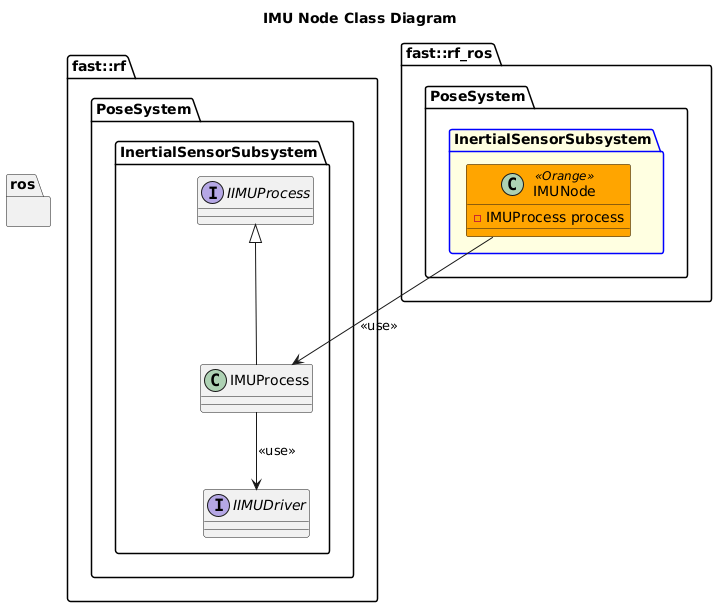
The PlantUML diagram Systems/Pose/Subsystems/InertialSensor/Nodes/IMU/doc/puml/IMUNodeClassDiagram.png in fastrobotics/robot_framework_ros, before a commit. The source it was exported from:
```plantuml
@startuml
title IMU Node Class Diagram

namespace ros {
}
namespace fast::rf {
    namespace PoseSystem {
        namespace InertialSensorSubsystem {
            interface IIMUProcess
            class IMUProcess
            IMUProcess -up-|> IIMUProcess
            interface IIMUDriver
            IMUProcess --> IIMUDriver: <<use>>
        }
    }
}
namespace fast::rf_ros {
   namespace PoseSystem {
        package InertialSensorSubsystem #LightYellow;line:blue {
            class IMUNode <<Orange>> #Orange {
                -IMUProcess process
            }
            IMUNode --> IMUProcess: <<use>>
        }
    }
}
@enduml
```
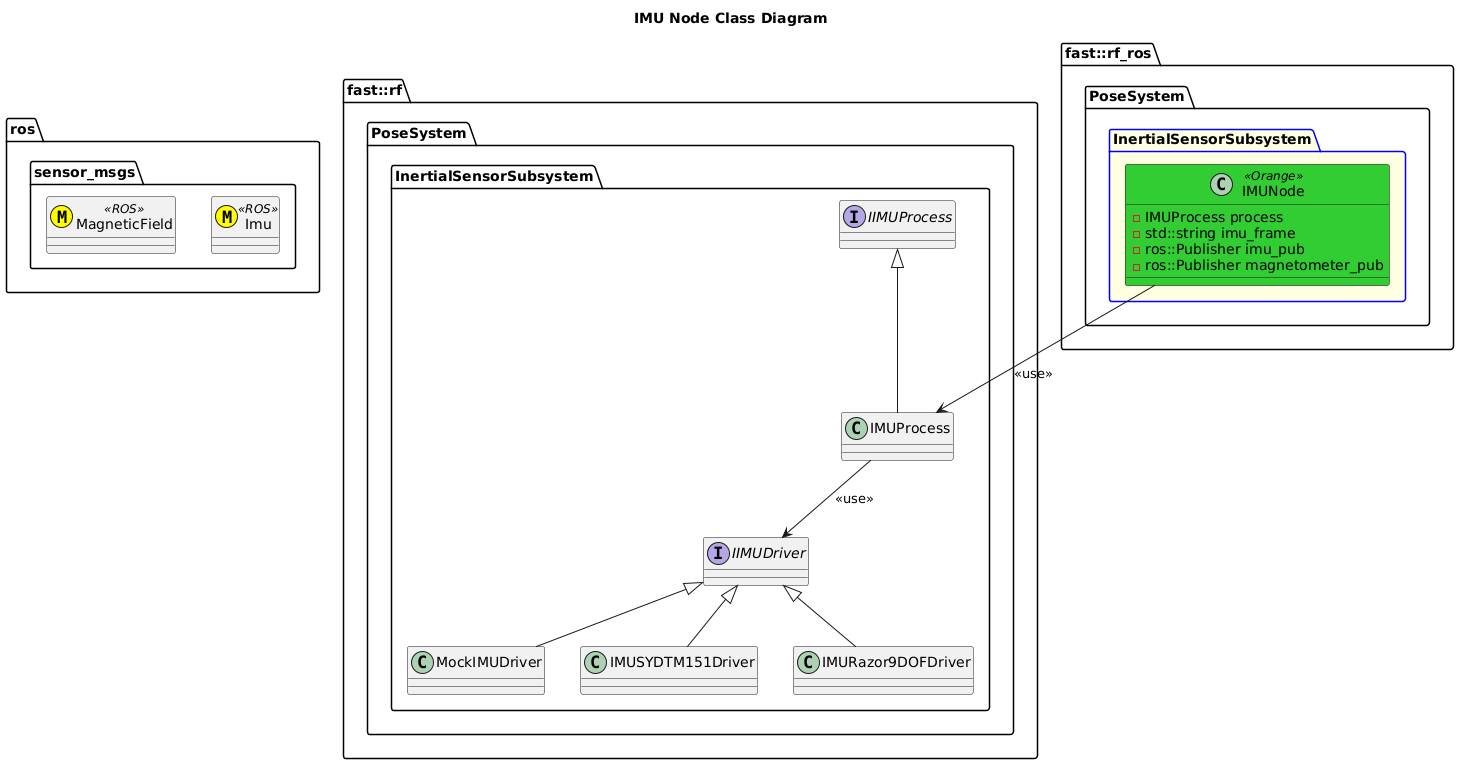
Above is the later version.

Change to the diagram source:
```diff
@@ -2,6 +2,10 @@
 title IMU Node Class Diagram
 
 namespace ros {
+    namespace sensor_msgs {
+        class Imu <<(M,#FFFF00)>> <<ROS>>
+        class MagneticField <<(M,#FFFF00)>> <<ROS>>
+    }
 }
 namespace fast::rf {
     namespace PoseSystem {
@@ -11,14 +15,24 @@
             IMUProcess -up-|> IIMUProcess
             interface IIMUDriver
             IMUProcess --> IIMUDriver: <<use>>
+            class MockIMUDriver
+            MockIMUDriver -up-|> IIMUDriver
+            class IMUSYDTM151Driver
+            IMUSYDTM151Driver -up-|> IIMUDriver
+            class IMURazor9DOFDriver
+            IMURazor9DOFDriver -up-|> IIMUDriver
+
         }
     }
 }
 namespace fast::rf_ros {
    namespace PoseSystem {
         package InertialSensorSubsystem #LightYellow;line:blue {
-            class IMUNode <<Orange>> #Orange {
+            class IMUNode <<Orange>> #LimeGreen {
                 -IMUProcess process
+                -std::string imu_frame
+                -ros::Publisher imu_pub
+                -ros::Publisher magnetometer_pub
             }
             IMUNode --> IMUProcess: <<use>>
         }
```
